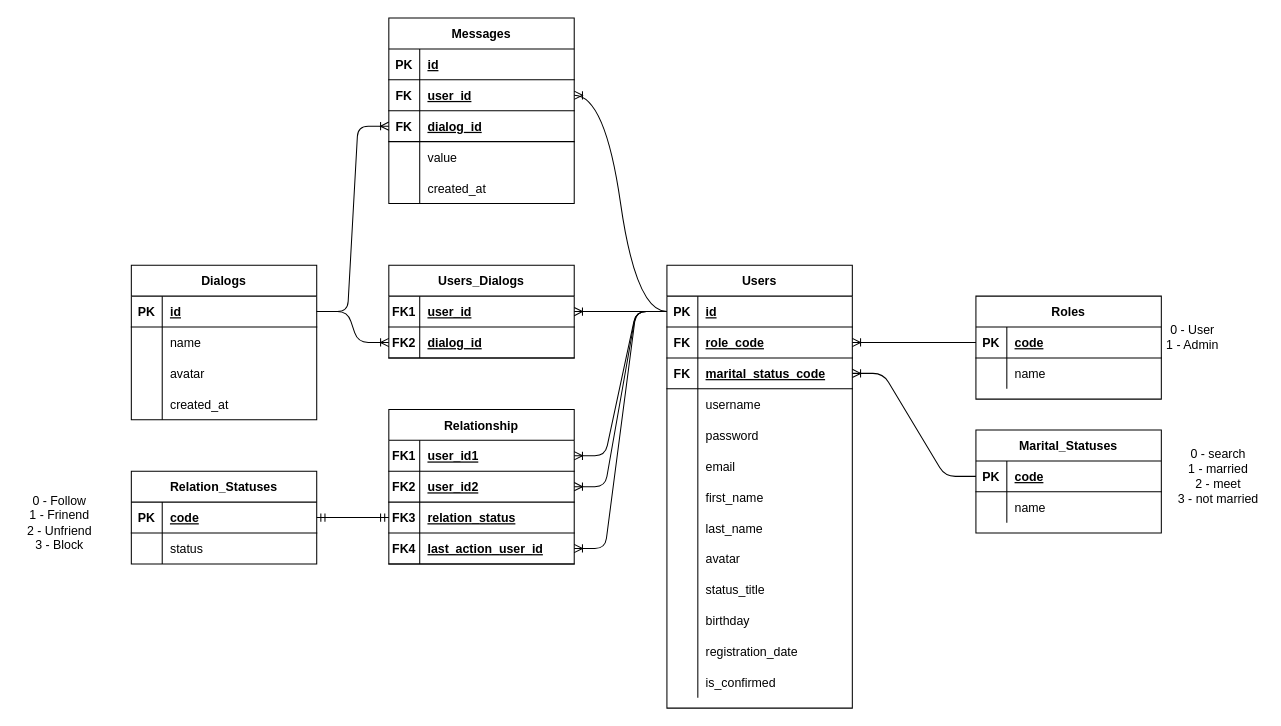
Above: assets/database-schema.drawio in Fladit/besedka-backend (draw.io), before the change. Source tidied: cells renumbered, new cells numbered last; positions are measured from the earlier drawing's top-left corner, leaving out a move shared by most shapes. Both pictures are drawn from the tidied source at 103%, with x=0, y=0 at pixel (18, 18).
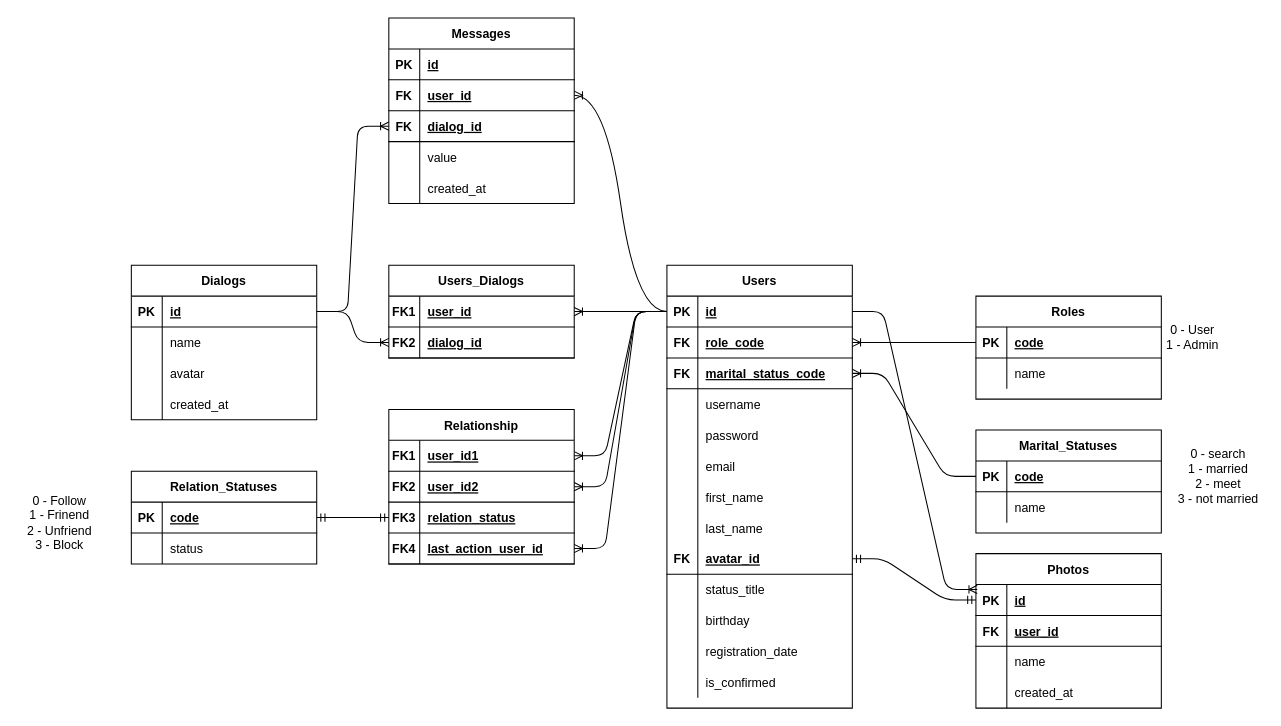
The same page after the edit.

Commit message (it also covers changes not shown here):
add entities: photo, user

The change refers to these unchanged cells:
```xml
<mxCell id="2" value="Users" style="shape=table;startSize=30;childLayout=tableLayout;rowLines=0;fontStyle=1;align=center;" parent="1" vertex="1">
  <mxGeometry x="630" y="240" width="180" height="430" as="geometry" />
</mxCell>
<mxCell id="3" style="shape=partialRectangle;fillColor=none;top=0;left=0;bottom=1;right=0;points=[[0,0.5],[1,0.5]];portConstraint=eastwest;" parent="2" vertex="1">
  <mxGeometry y="30" width="180" height="30" as="geometry" />
</mxCell>
```

What changed in the source:
```diff
@@
-    <mxCell id="27" style="shape=partialRectangle;fillColor=none;top=0;left=0;bottom=0;right=0;" parent="2" vertex="1">
-      <mxGeometry y="270" width="180" height="30" as="geometry" />
-    </mxCell>
-    <mxCell id="28" style="shape=partialRectangle;fillColor=none;top=0;left=0;bottom=0;right=0;overflow=hidden;" parent="27" vertex="1">
-      <mxGeometry width="30" height="30" as="geometry" />
-    </mxCell>
-    <mxCell id="29" value="avatar" style="shape=partialRectangle;fillColor=none;top=0;left=0;bottom=0;right=0;align=left;spacingLeft=6;overflow=hidden;" parent="27" vertex="1">
-      <mxGeometry x="30" width="150" height="30" as="geometry" />
-    </mxCell>
+    <mxCell id="125" style="shape=partialRectangle;fillColor=none;top=0;left=0;bottom=1;right=0;points=[[0,0.5],[1,0.5]];portConstraint=eastwest;" parent="2" vertex="1">
+      <mxGeometry y="270" width="180" height="30" as="geometry" />
+    </mxCell>
+    <mxCell id="126" value="FK" style="shape=partialRectangle;fillColor=none;top=0;left=0;bottom=0;right=0;fontStyle=1;overflow=hidden;" parent="125" vertex="1">
+      <mxGeometry width="30" height="30" as="geometry" />
+    </mxCell>
+    <mxCell id="127" value="avatar_id" style="shape=partialRectangle;fillColor=none;top=0;left=0;bottom=0;right=0;align=left;spacingLeft=6;fontStyle=5;overflow=hidden;" parent="125" vertex="1">
+      <mxGeometry x="30" width="150" height="30" as="geometry" />
+    </mxCell>
@@
+    <mxCell id="128" value="Photos" style="shape=table;startSize=30;childLayout=tableLayout;rowLines=0;fontStyle=1;align=center;" parent="1" vertex="1">
+      <mxGeometry x="930" y="520" width="180" height="150" as="geometry" />
+    </mxCell>
+    <mxCell id="129" style="shape=partialRectangle;fillColor=none;top=0;left=0;bottom=1;right=0;points=[[0,0.5],[1,0.5]];portConstraint=eastwest;" parent="128" vertex="1">
+      <mxGeometry y="30" width="180" height="30" as="geometry" />
+    </mxCell>
+    <mxCell id="130" value="PK" style="shape=partialRectangle;fillColor=none;top=0;left=0;bottom=0;right=0;fontStyle=1;overflow=hidden;" parent="129" vertex="1">
+      <mxGeometry width="30" height="30" as="geometry" />
+    </mxCell>
+    <mxCell id="131" value="id" style="shape=partialRectangle;fillColor=none;top=0;left=0;bottom=0;right=0;align=left;spacingLeft=6;fontStyle=5;overflow=hidden;" parent="129" vertex="1">
+      <mxGeometry x="30" width="150" height="30" as="geometry" />
+    </mxCell>
+    <mxCell id="132" style="shape=partialRectangle;fillColor=none;top=0;left=0;bottom=1;right=0;" parent="128" vertex="1">
+      <mxGeometry y="60" width="180" height="30" as="geometry" />
+    </mxCell>
+    <mxCell id="133" value="FK" style="shape=partialRectangle;fillColor=none;top=0;left=0;bottom=0;right=0;fontStyle=1;overflow=hidden;" parent="132" vertex="1">
+      <mxGeometry width="30" height="30" as="geometry" />
+    </mxCell>
+    <mxCell id="134" value="user_id" style="shape=partialRectangle;fillColor=none;top=0;left=0;bottom=0;right=0;align=left;spacingLeft=6;fontStyle=5;overflow=hidden;" parent="132" vertex="1">
+      <mxGeometry x="30" width="150" height="30" as="geometry" />
+    </mxCell>
+    <mxCell id="135" style="shape=partialRectangle;fillColor=none;top=0;left=0;bottom=0;right=0;" parent="128" vertex="1">
+      <mxGeometry y="90" width="180" height="30" as="geometry" />
+    </mxCell>
+    <mxCell id="136" style="shape=partialRectangle;fillColor=none;top=0;left=0;bottom=0;right=0;overflow=hidden;" parent="135" vertex="1">
+      <mxGeometry width="30" height="30" as="geometry" />
+    </mxCell>
+    <mxCell id="137" value="name" style="shape=partialRectangle;fillColor=none;top=0;left=0;bottom=0;right=0;align=left;spacingLeft=6;overflow=hidden;" parent="135" vertex="1">
+      <mxGeometry x="30" width="150" height="30" as="geometry" />
+    </mxCell>
+    <mxCell id="138" style="shape=partialRectangle;fillColor=none;top=0;left=0;bottom=0;right=0;" parent="128" vertex="1">
+      <mxGeometry y="120" width="180" height="30" as="geometry" />
+    </mxCell>
+    <mxCell id="139" style="shape=partialRectangle;fillColor=none;top=0;left=0;bottom=0;right=0;overflow=hidden;" parent="138" vertex="1">
+      <mxGeometry width="30" height="30" as="geometry" />
+    </mxCell>
+    <mxCell id="140" value="created_at" style="shape=partialRectangle;fillColor=none;top=0;left=0;bottom=0;right=0;align=left;spacingLeft=6;overflow=hidden;" parent="138" vertex="1">
+      <mxGeometry x="30" width="150" height="30" as="geometry" />
+    </mxCell>
+    <mxCell id="141" style="edgeStyle=entityRelationEdgeStyle;fontSize=12;html=1;endArrow=ERmandOne;startArrow=ERmandOne;entryX=0;entryY=0.5;entryDx=0;entryDy=0;exitX=1;exitY=0.5;exitDx=0;exitDy=0;" parent="1" edge="1" source="125" target="129">
+      <mxGeometry relative="1" as="geometry" />
+    </mxCell>
+    <mxCell id="142" style="edgeStyle=entityRelationEdgeStyle;fontSize=12;html=1;endArrow=ERoneToMany;entryX=0.007;entryY=0.159;entryDx=0;entryDy=0;exitX=1;exitY=0.5;exitDx=0;exitDy=0;entryPerimeter=0;" parent="1" edge="1" source="3" target="129">
+      <mxGeometry relative="1" as="geometry" />
+    </mxCell>
```
